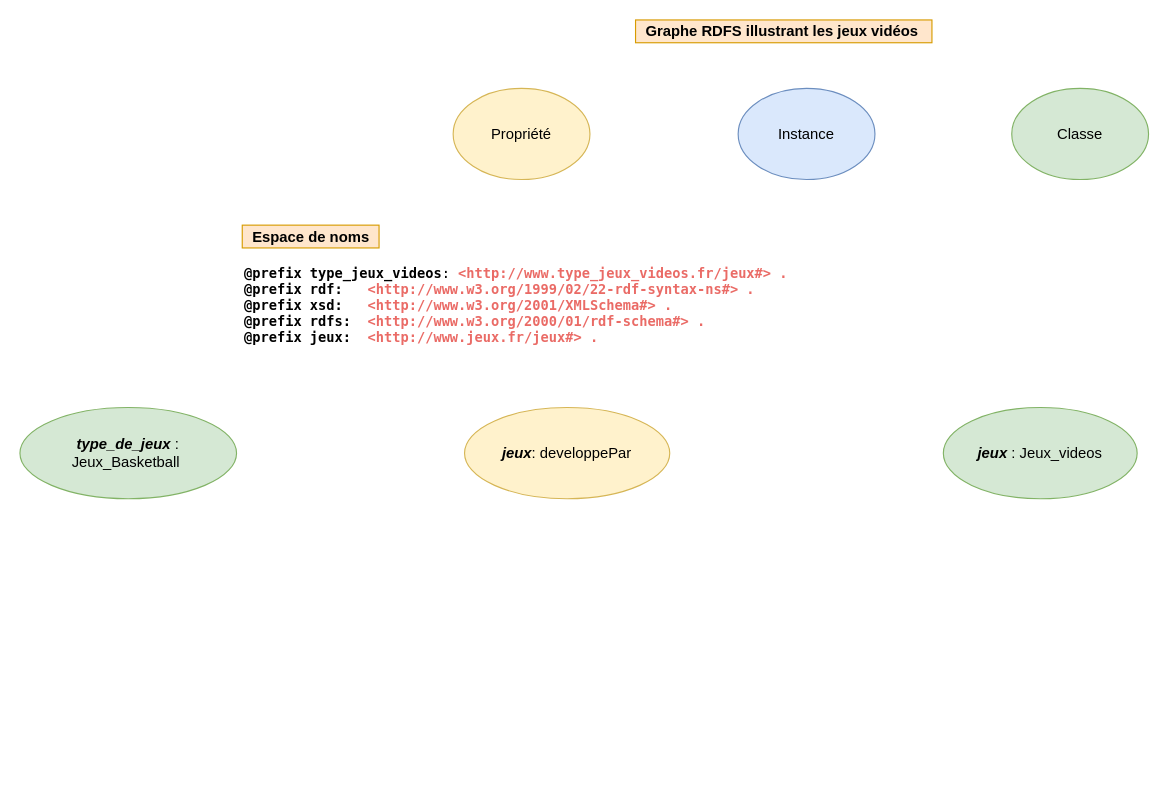
Before: page "Page-7" (5 of 5) of IHM (3).drawio in steven-azar/IHM, a draw.io diagram. Source tidied: cells renumbered, new cells numbered last; positions are measured from the earlier drawing's top-left corner, leaving out a move shared by most shapes. Both pictures are drawn from the tidied source at 114%, with x=0, y=0 at pixel (19, 19).
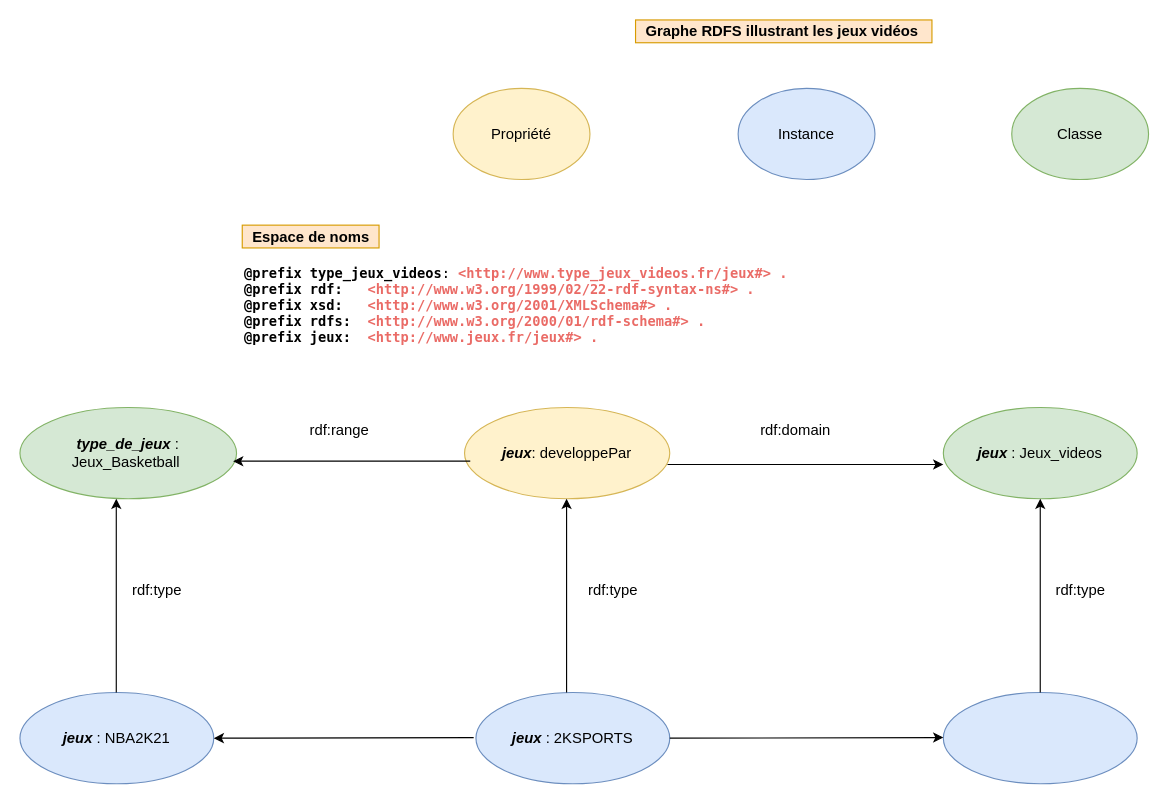
The same page after the edit.

The change refers to these unchanged cells:
```xml
<mxCell id="8" value="&lt;b&gt;&lt;i&gt;jeux&lt;/i&gt;&lt;/b&gt;&amp;nbsp;: Jeux_videos" style="ellipse;whiteSpace=wrap;html=1;fontSize=13;fillColor=#d5e8d4;strokeColor=#82b366;" parent="1" vertex="1">
  <mxGeometry x="810" y="340" width="170" height="80" as="geometry" />
</mxCell>
<mxCell id="9" value="&lt;b&gt;&lt;i&gt;jeux&lt;/i&gt;&lt;/b&gt;: developpePar" style="ellipse;whiteSpace=wrap;html=1;fontSize=13;fillColor=#fff2cc;strokeColor=#d6b656;" parent="1" vertex="1">
  <mxGeometry x="390" y="340" width="180" height="80" as="geometry" />
</mxCell>
<mxCell id="10" value="&lt;b&gt;&lt;i&gt;type_de_jeux &lt;/i&gt;&lt;/b&gt;: Jeux_Basketball&amp;nbsp;" style="ellipse;whiteSpace=wrap;html=1;fontSize=13;fillColor=#d5e8d4;strokeColor=#82b366;" parent="1" vertex="1">
  <mxGeometry y="340" width="190" height="80" as="geometry" />
</mxCell>
```

What changed in the source:
```diff
@@
+    <mxCell id="11" style="endArrow=classic;html=1;fontSize=13;entryX=0.984;entryY=0.588;entryDx=0;entryDy=0;entryPerimeter=0;" parent="1" edge="1" target="10">
+      <mxGeometry relative="1" as="geometry">
+        <mxPoint x="395" y="387" as="sourcePoint" />
+      </mxGeometry>
+    </mxCell>
+    <mxCell id="12" style="endArrow=classic;html=1;fontSize=13;entryX=0.989;entryY=0.625;entryDx=0;entryDy=0;entryPerimeter=0;exitX=0.989;exitY=0.625;exitDx=0;exitDy=0;exitPerimeter=0;" parent="1" edge="1" source="9">
+      <mxGeometry relative="1" as="geometry">
+        <mxPoint x="810" y="390" as="targetPoint" />
+      </mxGeometry>
+    </mxCell>
+    <mxCell id="13" value="rdf:domain" style="text;html=1;align=center;verticalAlign=middle;strokeColor=none;fontSize=13;" parent="1" vertex="1">
+      <mxGeometry x="640" y="350" width="80" height="20" as="geometry" />
+    </mxCell>
+    <mxCell id="14" value="rdf:range" style="text;html=1;align=center;verticalAlign=middle;strokeColor=none;fontSize=13;" parent="1" vertex="1">
+      <mxGeometry x="245" y="350" width="70" height="20" as="geometry" />
+    </mxCell>
+    <mxCell id="15" value="&lt;b&gt;&lt;i&gt;jeux&lt;/i&gt;&lt;/b&gt; : NBA2K21" style="ellipse;whiteSpace=wrap;html=1;fontSize=13;fillColor=#dae8fc;strokeColor=#6c8ebf;" parent="1" vertex="1">
+      <mxGeometry y="590" width="170" height="80" as="geometry" />
+    </mxCell>
+    <mxCell id="16" value="&lt;b&gt;&lt;i&gt;jeux&lt;/i&gt;&lt;/b&gt; : 2KSPORTS" style="ellipse;whiteSpace=wrap;html=1;fontSize=13;fillColor=#dae8fc;strokeColor=#6c8ebf;" parent="1" vertex="1">
+      <mxGeometry x="400" y="590" width="170" height="80" as="geometry" />
+    </mxCell>
+    <mxCell id="17" style="ellipse;whiteSpace=wrap;html=1;fontSize=13;fillColor=#dae8fc;strokeColor=#6c8ebf;" parent="1" vertex="1">
+      <mxGeometry x="810" y="590" width="170" height="80" as="geometry" />
+    </mxCell>
+    <mxCell id="18" style="endArrow=classic;html=1;fontSize=13;entryX=0.5;entryY=1;entryDx=0;entryDy=0;exitX=0.5;exitY=0;exitDx=0;exitDy=0;" parent="1" edge="1" source="17" target="8">
+      <mxGeometry relative="1" as="geometry" />
+    </mxCell>
+    <mxCell id="19" style="endArrow=classic;html=1;fontSize=13;entryX=0.5;entryY=1;entryDx=0;entryDy=0;exitX=0.5;exitY=0;exitDx=0;exitDy=0;" parent="1" edge="1">
+      <mxGeometry relative="1" as="geometry">
+        <mxPoint x="479.5" y="590" as="sourcePoint" />
+        <mxPoint x="479.5" y="420" as="targetPoint" />
+      </mxGeometry>
+    </mxCell>
+    <mxCell id="20" style="endArrow=classic;html=1;fontSize=13;entryX=0.5;entryY=1;entryDx=0;entryDy=0;exitX=0.5;exitY=0;exitDx=0;exitDy=0;" parent="1" edge="1">
+      <mxGeometry relative="1" as="geometry">
+        <mxPoint x="84.5" y="590" as="sourcePoint" />
+        <mxPoint x="84.5" y="420" as="targetPoint" />
+      </mxGeometry>
+    </mxCell>
+    <mxCell id="21" value="rdf:type" style="text;html=1;align=center;verticalAlign=middle;strokeColor=none;fontSize=13;" parent="1" vertex="1">
+      <mxGeometry x="90" y="490" width="60" height="20" as="geometry" />
+    </mxCell>
+    <mxCell id="22" value="rdf:type" style="text;html=1;align=center;verticalAlign=middle;strokeColor=none;fontSize=13;" parent="1" vertex="1">
+      <mxGeometry x="490" y="490" width="60" height="20" as="geometry" />
+    </mxCell>
+    <mxCell id="23" value="rdf:type" style="text;html=1;align=center;verticalAlign=middle;strokeColor=none;fontSize=13;" parent="1" vertex="1">
+      <mxGeometry x="900" y="490" width="60" height="20" as="geometry" />
+    </mxCell>
+    <mxCell id="24" style="endArrow=classic;html=1;fontSize=13;entryX=1;entryY=0.5;entryDx=0;entryDy=0;" parent="1" edge="1" target="15">
+      <mxGeometry relative="1" as="geometry">
+        <mxPoint x="398" y="629.5" as="sourcePoint" />
+      </mxGeometry>
+    </mxCell>
+    <mxCell id="25" style="endArrow=classic;html=1;fontSize=13;entryX=1;entryY=0.5;entryDx=0;entryDy=0;exitX=1;exitY=0.5;exitDx=0;exitDy=0;" parent="1" edge="1" source="16">
+      <mxGeometry relative="1" as="geometry">
+        <mxPoint x="810" y="629.5" as="targetPoint" />
+      </mxGeometry>
+    </mxCell>
```
